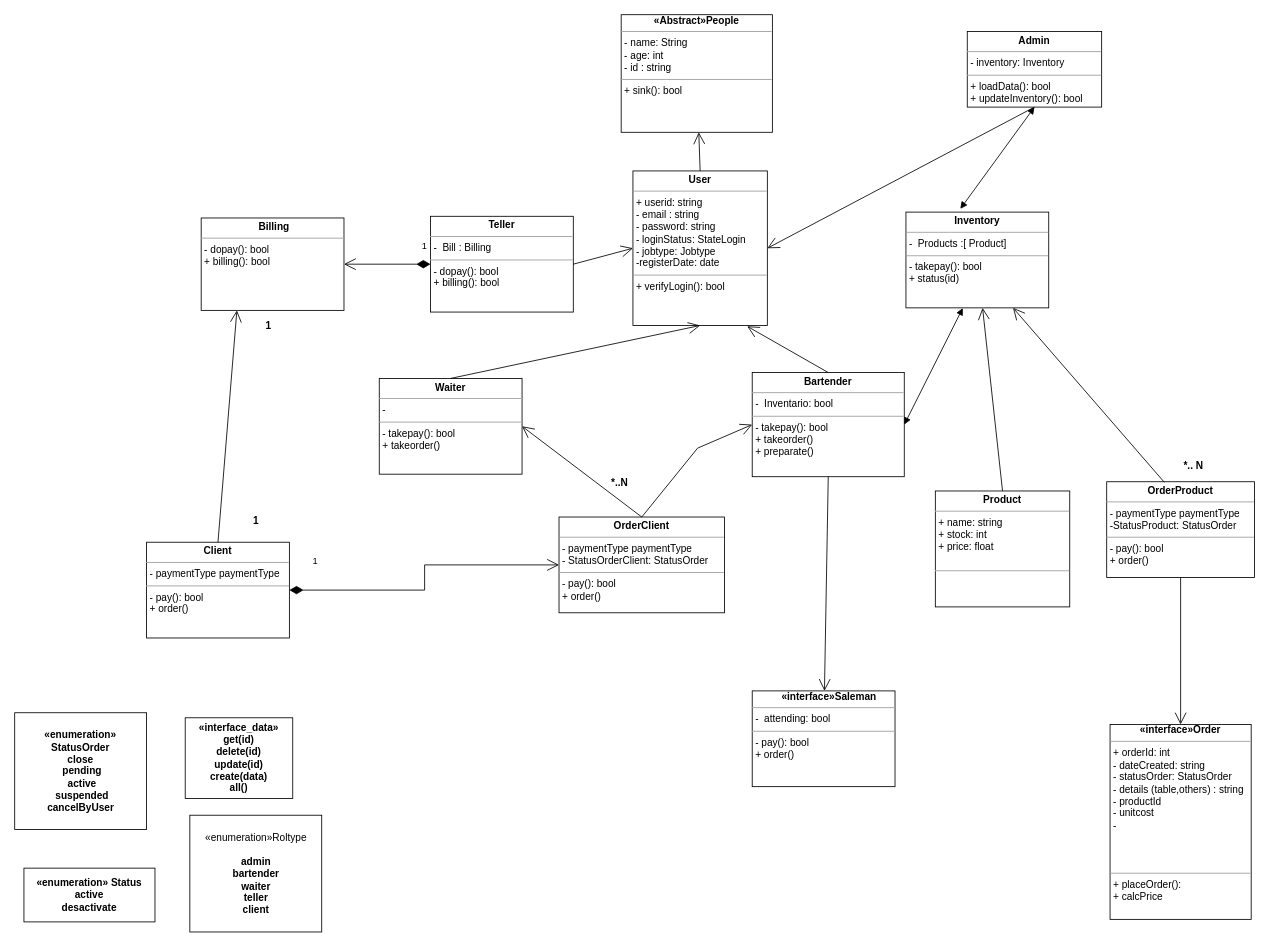
Before: page "SGI-bar" (5 of 5) of UML.drawio in BROC95/JJB_sw, a draw.io diagram. Source tidied: cells renumbered, new cells numbered last; positions are measured from the earlier drawing's top-left corner, leaving out a move shared by most shapes. Both pictures are drawn from the tidied source at 84%, with x=0, y=0 at pixel (14, 14).
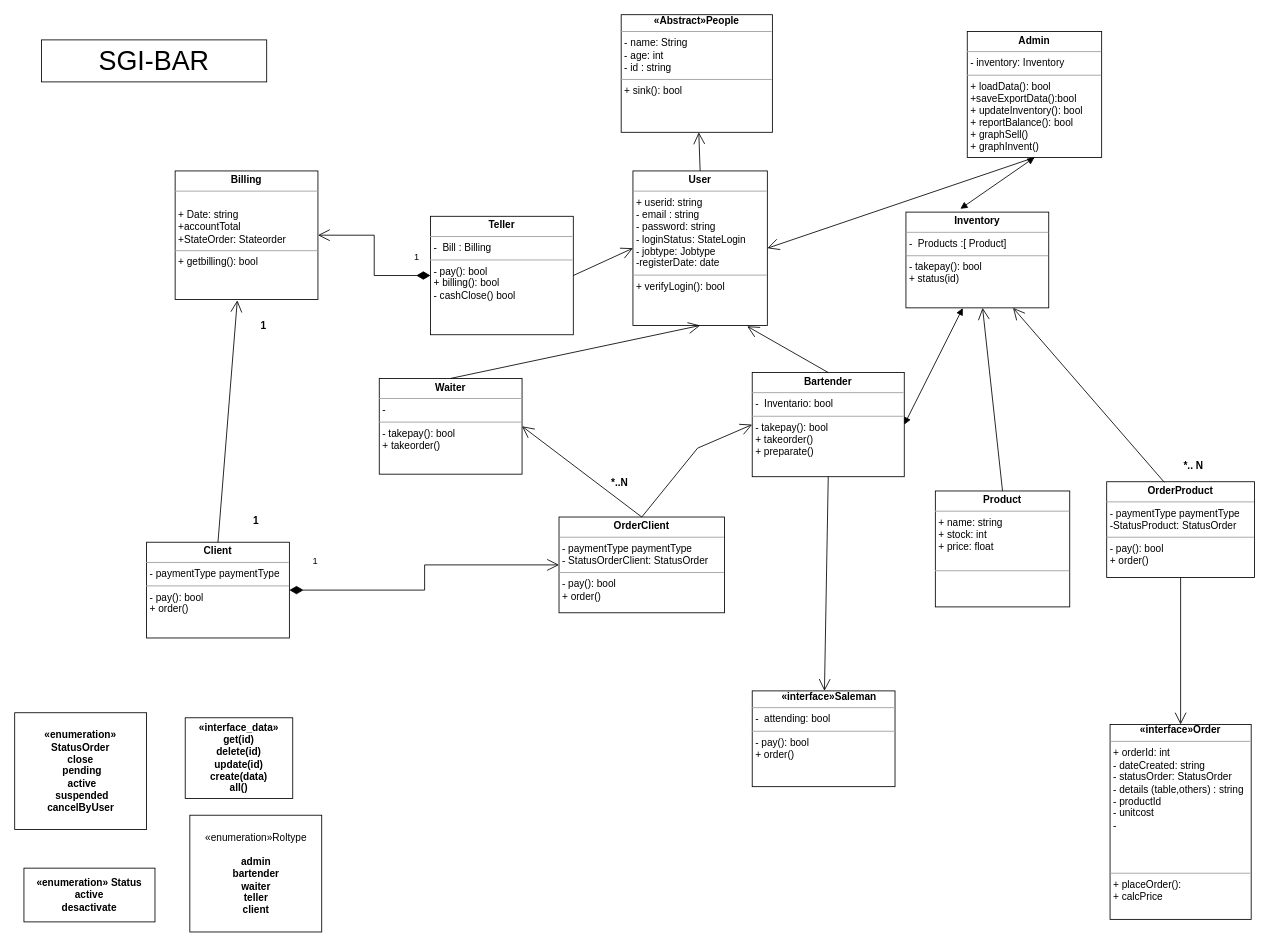
Above is the later version.

Unchanged cells that the change refers to:
```xml
<mxCell id="10" value="&lt;p style=&quot;margin:0px;margin-top:4px;text-align:center;&quot;&gt;&lt;b&gt;Client&lt;/b&gt;&lt;/p&gt;&lt;hr size=&quot;1&quot;&gt;&lt;p style=&quot;margin:0px;margin-left:4px;&quot;&gt;- paymentType paymentType&lt;/p&gt;&lt;hr size=&quot;1&quot;&gt;&lt;p style=&quot;margin:0px;margin-left:4px;&quot;&gt;- pay(): bool&lt;/p&gt;&lt;p style=&quot;margin:0px;margin-left:4px;&quot;&gt;+ order()&lt;/p&gt;" style="verticalAlign=top;align=left;overflow=fill;fontSize=12;fontFamily=Helvetica;html=1;whiteSpace=wrap;" parent="1" vertex="1">
  <mxGeometry x="157" y="628" width="170" height="114" as="geometry" />
</mxCell>
```

What changed in the source:
```diff
@@
-    <mxCell id="7" value="&lt;p style=&quot;margin:0px;margin-top:4px;text-align:center;&quot;&gt;&lt;b&gt;Admin&lt;/b&gt;&lt;/p&gt;&lt;hr size=&quot;1&quot;&gt;&lt;p style=&quot;margin:0px;margin-left:4px;&quot;&gt;- inventory: Inventory&lt;/p&gt;&lt;hr size=&quot;1&quot;&gt;&lt;p style=&quot;margin:0px;margin-left:4px;&quot;&gt;+ loadData(): bool&lt;/p&gt;&lt;p style=&quot;margin:0px;margin-left:4px;&quot;&gt;+ updateInventory(): bool&lt;/p&gt;&lt;p style=&quot;margin:0px;margin-left:4px;&quot;&gt;&lt;br&gt;&lt;/p&gt;" style="verticalAlign=top;align=left;overflow=fill;fontSize=12;fontFamily=Helvetica;html=1;whiteSpace=wrap;" parent="1" vertex="1">
-      <mxGeometry x="1134" y="20" width="160" height="90" as="geometry" />
+    <mxCell id="7" value="&lt;p style=&quot;margin:0px;margin-top:4px;text-align:center;&quot;&gt;&lt;b&gt;Admin&lt;/b&gt;&lt;/p&gt;&lt;hr size=&quot;1&quot;&gt;&lt;p style=&quot;margin:0px;margin-left:4px;&quot;&gt;- inventory: Inventory&lt;/p&gt;&lt;hr size=&quot;1&quot;&gt;&lt;p style=&quot;margin:0px;margin-left:4px;&quot;&gt;+ loadData(): bool&lt;/p&gt;&lt;p style=&quot;margin:0px;margin-left:4px;&quot;&gt;+saveExportData():bool&lt;/p&gt;&lt;p style=&quot;margin:0px;margin-left:4px;&quot;&gt;+ updateInventory(): bool&lt;/p&gt;&lt;p style=&quot;margin:0px;margin-left:4px;&quot;&gt;+ reportBalance(): bool&lt;/p&gt;&lt;p style=&quot;border-color: var(--border-color); margin: 0px 0px 0px 4px;&quot;&gt;+ graphSell()&lt;/p&gt;&lt;p style=&quot;border-color: var(--border-color); margin: 0px 0px 0px 4px;&quot;&gt;+ graphInvent()&lt;/p&gt;" style="verticalAlign=top;align=left;overflow=fill;fontSize=12;fontFamily=Helvetica;html=1;whiteSpace=wrap;" parent="1" vertex="1">
+      <mxGeometry x="1134" y="20" width="160" height="150" as="geometry" />
     </mxCell>
@@
-    <mxCell id="28" value="&lt;p style=&quot;margin:0px;margin-top:4px;text-align:center;&quot;&gt;&lt;b&gt;Teller&lt;/b&gt;&lt;/p&gt;&lt;hr size=&quot;1&quot;&gt;&lt;p style=&quot;margin:0px;margin-left:4px;&quot;&gt;-&amp;nbsp; Bill : Billing&lt;/p&gt;&lt;hr size=&quot;1&quot;&gt;&lt;p style=&quot;margin:0px;margin-left:4px;&quot;&gt;- dopay(): bool&lt;/p&gt;&lt;p style=&quot;margin:0px;margin-left:4px;&quot;&gt;+ billing(): bool&lt;/p&gt;" style="verticalAlign=top;align=left;overflow=fill;fontSize=12;fontFamily=Helvetica;html=1;whiteSpace=wrap;" parent="1" vertex="1">
-      <mxGeometry x="495" y="240" width="170" height="114" as="geometry" />
+    <mxCell id="28" value="&lt;p style=&quot;margin:0px;margin-top:4px;text-align:center;&quot;&gt;&lt;b&gt;Teller&lt;/b&gt;&lt;/p&gt;&lt;hr size=&quot;1&quot;&gt;&lt;p style=&quot;margin:0px;margin-left:4px;&quot;&gt;-&amp;nbsp; Bill : Billing&lt;/p&gt;&lt;hr size=&quot;1&quot;&gt;&lt;p style=&quot;margin:0px;margin-left:4px;&quot;&gt;- pay(): bool&lt;/p&gt;&lt;p style=&quot;margin:0px;margin-left:4px;&quot;&gt;+ billing(): bool&lt;/p&gt;&lt;p style=&quot;margin:0px;margin-left:4px;&quot;&gt;- cashClose() bool&lt;/p&gt;&lt;p style=&quot;margin:0px;margin-left:4px;&quot;&gt;&lt;br&gt;&lt;/p&gt;" style="verticalAlign=top;align=left;overflow=fill;fontSize=12;fontFamily=Helvetica;html=1;whiteSpace=wrap;" parent="1" vertex="1">
+      <mxGeometry x="495" y="240" width="170" height="141" as="geometry" />
     </mxCell>
@@
-    <mxCell id="30" value="&lt;p style=&quot;margin:0px;margin-top:4px;text-align:center;&quot;&gt;&lt;/p&gt;&lt;p style=&quot;text-align: center; margin: 0px 0px 0px 4px;&quot;&gt;&lt;b&gt;Billing&lt;/b&gt;&lt;/p&gt;&lt;hr size=&quot;1&quot;&gt;&lt;p style=&quot;margin:0px;margin-left:4px;&quot;&gt;- dopay(): bool&lt;/p&gt;&lt;p style=&quot;margin:0px;margin-left:4px;&quot;&gt;+ billing(): bool&lt;/p&gt;" style="verticalAlign=top;align=left;overflow=fill;fontSize=12;fontFamily=Helvetica;html=1;whiteSpace=wrap;" parent="1" vertex="1">
-      <mxGeometry x="222" y="242" width="170" height="110" as="geometry" />
-    </mxCell>
-    <mxCell id="31" value="1" style="endArrow=open;html=1;endSize=12;startArrow=diamondThin;startSize=14;startFill=1;edgeStyle=orthogonalEdgeStyle;align=left;verticalAlign=bottom;rounded=0;exitX=0;exitY=0.5;exitDx=0;exitDy=0;entryX=1;entryY=0.5;entryDx=0;entryDy=0;" parent="1" edge="1" source="28" target="30">
+    <mxCell id="31" value="1" style="endArrow=open;html=1;endSize=12;startArrow=diamondThin;startSize=14;startFill=1;edgeStyle=orthogonalEdgeStyle;align=left;verticalAlign=bottom;rounded=0;exitX=0;exitY=0.5;exitDx=0;exitDy=0;entryX=1;entryY=0.5;entryDx=0;entryDy=0;" parent="1" edge="1" source="28" target="40">
       <mxGeometry x="-0.77" y="-13" relative="1" as="geometry" />
     </mxCell>
@@
-    <mxCell id="36" style="endArrow=open;endFill=1;endSize=12;html=1;rounded=0;exitX=0.5;exitY=0;exitDx=0;exitDy=0;entryX=0.25;entryY=1;entryDx=0;entryDy=0;" parent="1" edge="1" source="10" target="30">
-      <mxGeometry relative="1" as="geometry" />
+    <mxCell id="36" style="endArrow=open;endFill=1;endSize=12;html=1;rounded=0;exitX=0.5;exitY=0;exitDx=0;exitDy=0;" parent="1" edge="1" source="10">
+      <mxGeometry relative="1" as="geometry">
+        <mxPoint x="265" y="340" as="targetPoint" />
+      </mxGeometry>
     </mxCell>
@@
     <mxCell id="38" value="1" style="text;align=center;fontStyle=1;verticalAlign=middle;spacingLeft=3;spacingRight=3;strokeColor=none;html=1;" parent="1" vertex="1">
-      <mxGeometry x="262" y="358" width="80" height="26" as="geometry" />
+      <mxGeometry x="256" y="358" width="80" height="26" as="geometry" />
     </mxCell>
@@
+    <mxCell id="40" value="&lt;p style=&quot;margin:0px;margin-top:4px;text-align:center;&quot;&gt;&lt;b&gt;Billing&lt;/b&gt;&lt;/p&gt;&lt;hr size=&quot;1&quot;&gt;&lt;p style=&quot;margin:0px;margin-left:4px;&quot;&gt;&lt;br&gt;&lt;/p&gt;&lt;p style=&quot;margin:0px;margin-left:4px;&quot;&gt;+ Date: string&lt;/p&gt;&lt;p style=&quot;margin:0px;margin-left:4px;&quot;&gt;+accountTotal&lt;/p&gt;&lt;p style=&quot;margin:0px;margin-left:4px;&quot;&gt;+StateOrder: Stateorder&lt;/p&gt;&lt;hr size=&quot;1&quot;&gt;&lt;p style=&quot;margin:0px;margin-left:4px;&quot;&gt;&lt;span style=&quot;background-color: initial;&quot;&gt;+ getbilling(): bool&lt;/span&gt;&lt;br&gt;&lt;/p&gt;&lt;p style=&quot;margin:0px;margin-left:4px;&quot;&gt;&lt;br&gt;&lt;/p&gt;" style="verticalAlign=top;align=left;overflow=fill;fontSize=12;fontFamily=Helvetica;html=1;whiteSpace=wrap;" parent="1" vertex="1">
+      <mxGeometry x="191" y="186" width="170" height="153" as="geometry" />
+    </mxCell>
+    <mxCell id="41" value="&lt;font style=&quot;font-size: 32px;&quot;&gt;SGI-BAR&lt;/font&gt;" style="html=1;whiteSpace=wrap;" parent="1" vertex="1">
+      <mxGeometry x="32" y="30" width="268" height="50" as="geometry" />
+    </mxCell>
```
